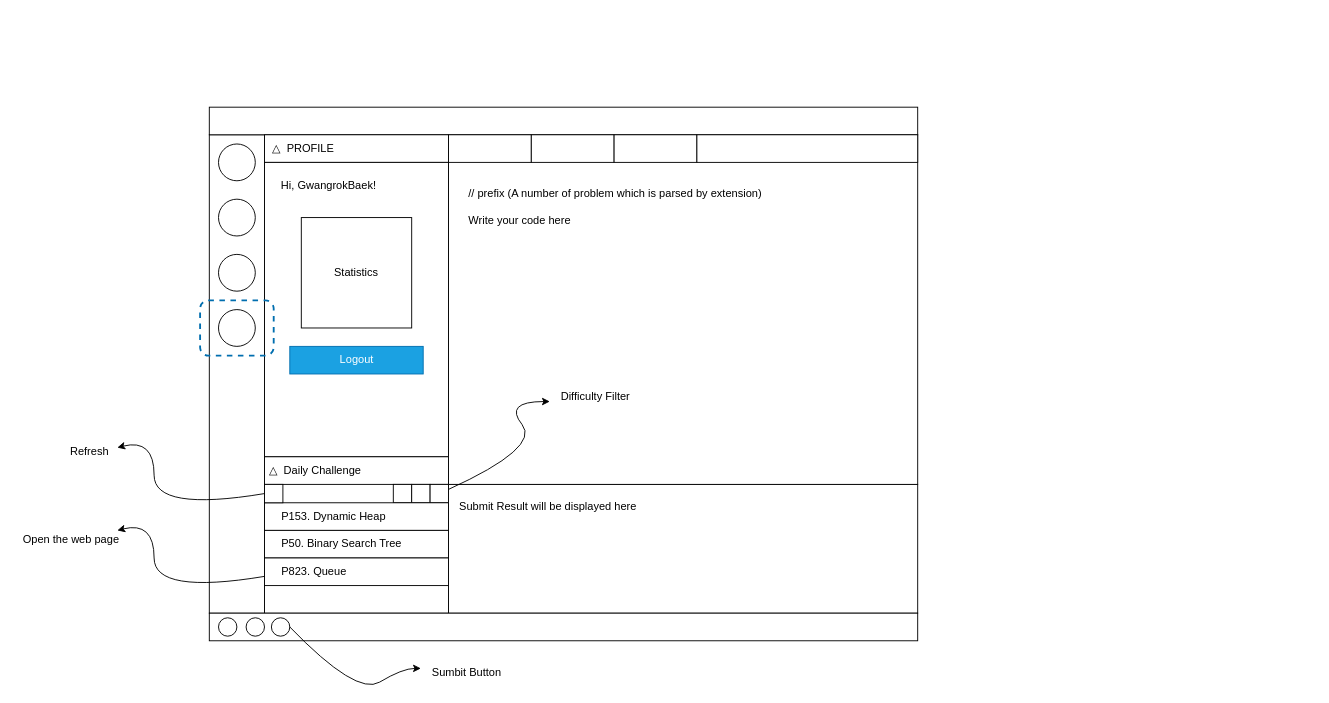
Earlier version of the draw.io diagram page "After Login" (2 of 2) of docs/wireframe.drawio (GwangrokBaek/LeetCoder). Source tidied: cells renumbered, new cells numbered last; positions are measured from the earlier drawing's top-left corner, leaving out a move shared by most shapes. Both pictures are drawn from the tidied source at 92%, with x=0, y=0 at pixel (16, 107).
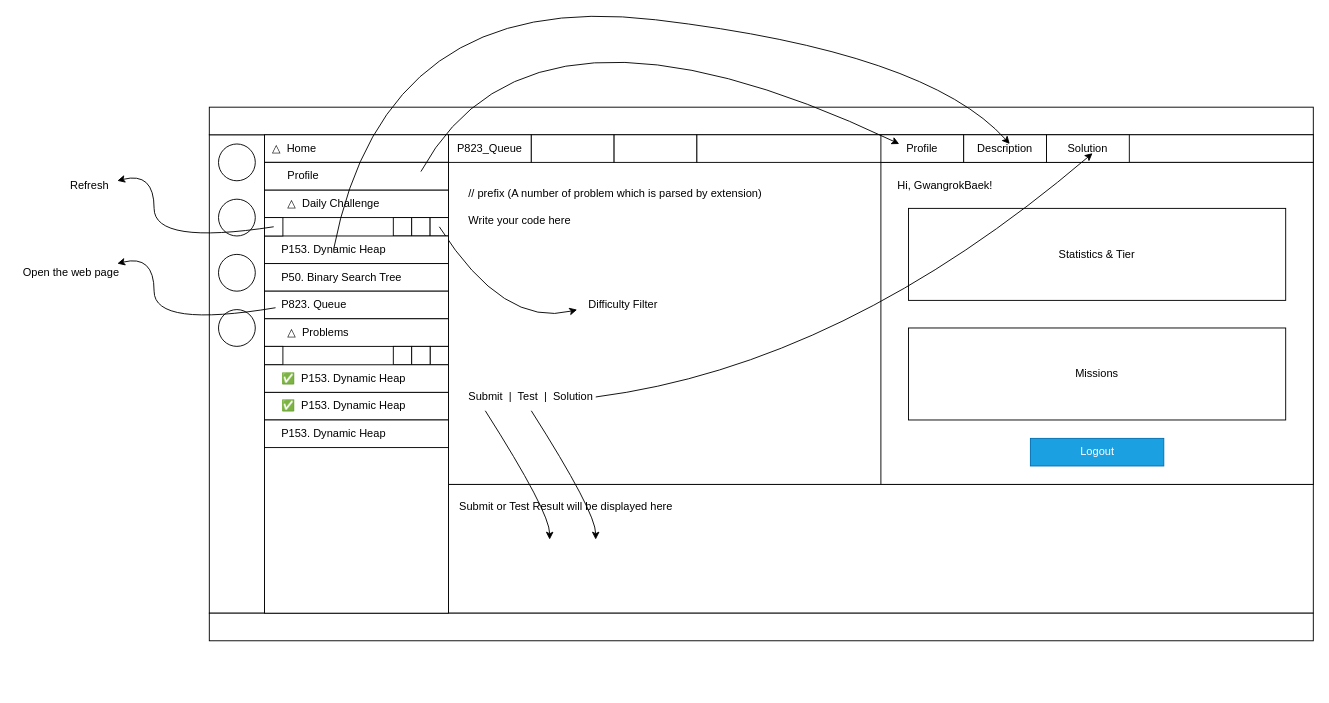
The same page after the edit.

Unchanged cells that the change refers to:
```xml
<mxCell id="35" value="// prefix (A number of problem which is parsed by extension)&lt;br&gt;&lt;br&gt;Write your code here" style="text;html=1;strokeColor=none;fillColor=none;align=left;verticalAlign=top;whiteSpace=wrap;rounded=0;" parent="1" vertex="1">
  <mxGeometry x="490" y="80" width="470" height="230" as="geometry" />
</mxCell>
```

Diff of the diagram source:
```diff
@@
     <mxCell id="4" style="rounded=0;whiteSpace=wrap;html=1;" parent="1" vertex="1">
-      <mxGeometry x="470" y="410" width="510" height="140" as="geometry" />
+      <mxGeometry x="470" y="410" width="940" height="140" as="geometry" />
     </mxCell>
     <mxCell id="5" style="rounded=0;whiteSpace=wrap;html=1;" parent="1" vertex="1">
-      <mxGeometry x="470" y="30" width="510" height="380" as="geometry" />
+      <mxGeometry x="470" y="30" width="940" height="380" as="geometry" />
     </mxCell>
     <mxCell id="6" style="rounded=0;whiteSpace=wrap;html=1;" parent="1" vertex="1">
-      <mxGeometry x="210" width="770" height="30" as="geometry" />
+      <mxGeometry x="210" width="1200" height="30" as="geometry" />
     </mxCell>
     <mxCell id="7" style="rounded=0;whiteSpace=wrap;html=1;" parent="1" vertex="1">
-      <mxGeometry x="210" y="550" width="770" height="30" as="geometry" />
+      <mxGeometry x="210" y="550" width="1200" height="30" as="geometry" />
     </mxCell>
-    <mxCell id="8" style="rounded=0;whiteSpace=wrap;html=1;strokeColor=default;" parent="1" vertex="1">
+    <mxCell id="8" value="&lt;span&gt;P823_Queue&lt;/span&gt;" style="rounded=0;whiteSpace=wrap;html=1;strokeColor=default;" parent="1" vertex="1">
       <mxGeometry x="470" y="30" width="90" height="30" as="geometry" />
     </mxCell>
@@
     <mxCell id="11" style="rounded=0;whiteSpace=wrap;html=1;" parent="1" vertex="1">
-      <mxGeometry x="740" y="30" width="240" height="30" as="geometry" />
+      <mxGeometry x="740" y="30" width="670" height="30" as="geometry" />
     </mxCell>
@@
-    <mxCell id="16" value="&amp;nbsp; △&amp;nbsp; PROFILE" style="rounded=0;whiteSpace=wrap;html=1;strokeColor=default;align=left;" parent="1" vertex="1">
+    <mxCell id="16" value="&amp;nbsp; △&amp;nbsp; Home" style="rounded=0;whiteSpace=wrap;html=1;strokeColor=default;align=left;" parent="1" vertex="1">
       <mxGeometry x="270" y="30" width="200" height="30" as="geometry" />
     </mxCell>
     <mxCell id="17" style="rounded=0;whiteSpace=wrap;html=1;strokeColor=default;" parent="1" vertex="1">
-      <mxGeometry x="270" y="60" width="200" height="320" as="geometry" />
+      <mxGeometry x="270" y="60" width="200" height="490" as="geometry" />
     </mxCell>
-    <mxCell id="18" value="&lt;span&gt;&amp;nbsp;&lt;/span&gt;△&amp;nbsp;&amp;nbsp;&lt;span&gt;Daily Challenge&lt;/span&gt;" style="rounded=0;whiteSpace=wrap;html=1;strokeColor=default;align=left;" parent="1" vertex="1">
-      <mxGeometry x="270" y="380" width="200" height="30" as="geometry" />
+    <mxCell id="18" value="&lt;span&gt;&amp;nbsp; &amp;nbsp; &amp;nbsp; &amp;nbsp;&lt;/span&gt;△&amp;nbsp;&amp;nbsp;&lt;span&gt;Daily Challenge&lt;/span&gt;" style="rounded=0;whiteSpace=wrap;html=1;strokeColor=default;align=left;" parent="1" vertex="1">
+      <mxGeometry x="270" y="90" width="200" height="30" as="geometry" />
     </mxCell>
-    <mxCell id="19" value="Logout" style="rounded=0;whiteSpace=wrap;html=1;strokeColor=#006EAF;fillColor=#1ba1e2;fontColor=#ffffff;" parent="1" vertex="1">
-      <mxGeometry x="297.5" y="260" width="145" height="30" as="geometry" />
-    </mxCell>
-    <mxCell id="20" value="Hi, GwangrokBaek!" style="text;html=1;strokeColor=none;fillColor=none;align=center;verticalAlign=middle;whiteSpace=wrap;rounded=0;" parent="1" vertex="1">
-      <mxGeometry x="280" y="70" width="120" height="30" as="geometry" />
-    </mxCell>
-    <mxCell id="21" value="Statistics" style="whiteSpace=wrap;html=1;strokeColor=default;" parent="1" vertex="1">
-      <mxGeometry x="310" y="120" width="120" height="120" as="geometry" />
-    </mxCell>
     <mxCell id="22" style="whiteSpace=wrap;html=1;strokeColor=default;" parent="1" vertex="1">
-      <mxGeometry x="410" y="410" width="20" height="20" as="geometry" />
+      <mxGeometry x="410" y="120" width="20" height="20" as="geometry" />
     </mxCell>
     <mxCell id="23" style="whiteSpace=wrap;html=1;strokeColor=default;" parent="1" vertex="1">
-      <mxGeometry x="430" y="410" width="20" height="20" as="geometry" />
+      <mxGeometry x="430" y="120" width="20" height="20" as="geometry" />
     </mxCell>
     <mxCell id="24" style="whiteSpace=wrap;html=1;strokeColor=default;" parent="1" vertex="1">
-      <mxGeometry x="450" y="410" width="20" height="20" as="geometry" />
+      <mxGeometry x="450" y="120" width="20" height="20" as="geometry" />
     </mxCell>
-    <mxCell id="25" style="curved=1;endArrow=classic;html=1;entryX=0.216;entryY=0.763;entryDx=0;entryDy=0;entryPerimeter=0;" parent="1" edge="1" source="24" target="5">
+    <mxCell id="25" style="curved=1;endArrow=classic;html=1;entryX=0.255;entryY=0.609;entryDx=0;entryDy=0;entryPerimeter=0;" parent="1" edge="1" target="35">
       <mxGeometry relative="1" as="geometry">
+        <mxPoint x="460" y="130" as="sourcePoint" />
         <Array as="points">
-          <mxPoint x="570" y="370" />
-          <mxPoint x="530" y="320" />
+          <mxPoint x="530" y="240" />
         </Array>
       </mxGeometry>
     </mxCell>
     <mxCell id="26" value="Difficulty Filter" style="text;html=1;strokeColor=none;fillColor=none;align=center;verticalAlign=middle;whiteSpace=wrap;rounded=0;" parent="1" vertex="1">
-      <mxGeometry x="570" y="300" width="120" height="30" as="geometry" />
+      <mxGeometry x="600" y="200" width="120" height="30" as="geometry" />
     </mxCell>
     <mxCell id="27" value="&amp;nbsp; &amp;nbsp; &amp;nbsp;P153. Dynamic Heap" style="rounded=0;whiteSpace=wrap;html=1;strokeColor=default;align=left;" parent="1" vertex="1">
-      <mxGeometry x="270" y="430" width="200" height="30" as="geometry" />
+      <mxGeometry x="270" y="140" width="200" height="30" as="geometry" />
     </mxCell>
     <mxCell id="28" value="&amp;nbsp; &amp;nbsp; &amp;nbsp;P50. Binary Search Tree" style="rounded=0;whiteSpace=wrap;html=1;strokeColor=default;align=left;" parent="1" vertex="1">
-      <mxGeometry x="270" y="460" width="200" height="30" as="geometry" />
+      <mxGeometry x="270" y="170" width="200" height="30" as="geometry" />
     </mxCell>
     <mxCell id="29" value="&amp;nbsp; &amp;nbsp; &amp;nbsp;P823. Queue" style="rounded=0;whiteSpace=wrap;html=1;strokeColor=default;align=left;" parent="1" vertex="1">
-      <mxGeometry x="270" y="490" width="200" height="30" as="geometry" />
+      <mxGeometry x="270" y="200" width="200" height="30" as="geometry" />
     </mxCell>
     <mxCell id="30" style="whiteSpace=wrap;html=1;strokeColor=default;" parent="1" vertex="1">
-      <mxGeometry x="270" y="410" width="20" height="20" as="geometry" />
+      <mxGeometry x="270" y="120" width="20" height="20" as="geometry" />
     </mxCell>
-    <mxCell id="31" style="curved=1;endArrow=classic;html=1;exitX=0;exitY=0.5;exitDx=0;exitDy=0;" parent="1" edge="1" source="30">
+    <mxCell id="31" style="curved=1;endArrow=classic;html=1;" parent="1" edge="1">
       <mxGeometry relative="1" as="geometry">
-        <mxPoint x="110" y="370" as="targetPoint" />
+        <mxPoint x="280" y="130" as="sourcePoint" />
+        <mxPoint x="110" y="80" as="targetPoint" />
         <Array as="points">
-          <mxPoint x="150" y="440" />
-          <mxPoint x="150" y="360" />
+          <mxPoint x="150" y="150" />
+          <mxPoint x="150" y="70" />
         </Array>
       </mxGeometry>
     </mxCell>
     <mxCell id="32" value="Refresh" style="text;html=1;strokeColor=none;fillColor=none;align=center;verticalAlign=middle;whiteSpace=wrap;rounded=0;" parent="1" vertex="1">
-      <mxGeometry x="20" y="360" width="120" height="30" as="geometry" />
+      <mxGeometry x="20" y="70" width="120" height="30" as="geometry" />
     </mxCell>
-    <mxCell id="33" style="curved=1;endArrow=classic;html=1;exitX=0;exitY=0.5;exitDx=0;exitDy=0;" parent="1" edge="1">
+    <mxCell id="33" style="curved=1;endArrow=classic;html=1;exitX=1.025;exitY=0.133;exitDx=0;exitDy=0;exitPerimeter=0;" parent="1" edge="1">
       <mxGeometry relative="1" as="geometry">
-        <mxPoint x="270" y="510" as="sourcePoint" />
-        <mxPoint x="110" y="460" as="targetPoint" />
+        <mxPoint x="282" y="218" as="sourcePoint" />
+        <mxPoint x="110" y="170" as="targetPoint" />
         <Array as="points">
-          <mxPoint x="150" y="530" />
-          <mxPoint x="150" y="450" />
+          <mxPoint x="150" y="240" />
+          <mxPoint x="150" y="160" />
         </Array>
       </mxGeometry>
     </mxCell>
     <mxCell id="34" value="Open the web page" style="text;html=1;strokeColor=none;fillColor=none;align=center;verticalAlign=middle;whiteSpace=wrap;rounded=0;" parent="1" vertex="1">
-      <mxGeometry y="455" width="120" height="30" as="geometry" />
+      <mxGeometry y="165" width="120" height="30" as="geometry" />
     </mxCell>
@@
-    <mxCell id="36" value="Submit Result will be displayed here" style="text;html=1;strokeColor=none;fillColor=none;align=left;verticalAlign=top;whiteSpace=wrap;rounded=0;" parent="1" vertex="1">
+    <mxCell id="36" value="Submit or Test Result will be displayed here" style="text;html=1;strokeColor=none;fillColor=none;align=left;verticalAlign=top;whiteSpace=wrap;rounded=0;" parent="1" vertex="1">
       <mxGeometry x="480" y="420" width="490" height="120" as="geometry" />
     </mxCell>
-    <mxCell id="37" style="ellipse;whiteSpace=wrap;html=1;strokeColor=default;" parent="1" vertex="1">
-      <mxGeometry x="220" y="555" width="20" height="20" as="geometry" />
-    </mxCell>
-    <mxCell id="38" style="ellipse;whiteSpace=wrap;html=1;strokeColor=default;" parent="1" vertex="1">
-      <mxGeometry x="250" y="555" width="20" height="20" as="geometry" />
-    </mxCell>
-    <mxCell id="39" style="ellipse;whiteSpace=wrap;html=1;strokeColor=default;" parent="1" vertex="1">
-      <mxGeometry x="277.5" y="555" width="20" height="20" as="geometry" />
-    </mxCell>
-    <mxCell id="40" style="curved=1;endArrow=classic;html=1;exitX=1;exitY=0.5;exitDx=0;exitDy=0;" parent="1" edge="1" source="39">
-      <mxGeometry relative="1" as="geometry">
-        <mxPoint x="440" y="610" as="targetPoint" />
-        <Array as="points">
-          <mxPoint x="370" y="640" />
-          <mxPoint x="420" y="610" />
-        </Array>
-      </mxGeometry>
-    </mxCell>
-    <mxCell id="41" value="Sumbit Button" style="text;html=1;strokeColor=none;fillColor=none;align=center;verticalAlign=middle;whiteSpace=wrap;rounded=0;" parent="1" vertex="1">
-      <mxGeometry x="430" y="600" width="120" height="30" as="geometry" />
-    </mxCell>
-    <mxCell id="42" style="rounded=1;whiteSpace=wrap;html=1;strokeColor=#006EAF;fillColor=none;dashed=1;fontColor=#ffffff;strokeWidth=2;" parent="1" vertex="1">
-      <mxGeometry x="200" y="210" width="80" height="60" as="geometry" />
-    </mxCell>
+    <mxCell id="43" style="rounded=0;whiteSpace=wrap;html=1;" parent="1" vertex="1">
+      <mxGeometry x="940" y="60" width="470" height="350" as="geometry" />
+    </mxCell>
+    <mxCell id="44" value="Profile" style="rounded=0;whiteSpace=wrap;html=1;strokeColor=default;" parent="1" vertex="1">
+      <mxGeometry x="940" y="30" width="90" height="30" as="geometry" />
+    </mxCell>
+    <mxCell id="20" value="Hi, GwangrokBaek!" style="text;html=1;strokeColor=none;fillColor=none;align=center;verticalAlign=middle;whiteSpace=wrap;rounded=0;" parent="1" vertex="1">
+      <mxGeometry x="950" y="70" width="120" height="30" as="geometry" />
+    </mxCell>
+    <mxCell id="19" value="Logout" style="rounded=0;whiteSpace=wrap;html=1;strokeColor=#006EAF;fillColor=#1ba1e2;fontColor=#ffffff;" parent="1" vertex="1">
+      <mxGeometry x="1102.5" y="360" width="145" height="30" as="geometry" />
+    </mxCell>
+    <mxCell id="45" value="&amp;nbsp; &amp;nbsp; &amp;nbsp; &amp;nbsp;Profile" style="rounded=0;whiteSpace=wrap;html=1;strokeColor=default;align=left;" parent="1" vertex="1">
+      <mxGeometry x="270" y="60" width="200" height="30" as="geometry" />
+    </mxCell>
+    <mxCell id="46" style="curved=1;endArrow=classic;html=1;entryX=0.222;entryY=0.333;entryDx=0;entryDy=0;entryPerimeter=0;exitX=0.85;exitY=0.333;exitDx=0;exitDy=0;exitPerimeter=0;" parent="1" edge="1" source="45" target="44">
+      <mxGeometry relative="1" as="geometry">
+        <Array as="points">
+          <mxPoint x="560" y="-150" />
+        </Array>
+      </mxGeometry>
+    </mxCell>
+    <mxCell id="47" value="Statistics &amp;amp; Tier" style="rounded=0;whiteSpace=wrap;html=1;" parent="1" vertex="1">
+      <mxGeometry x="970" y="110" width="410" height="100" as="geometry" />
+    </mxCell>
+    <mxCell id="48" value="&lt;span&gt;&amp;nbsp; &amp;nbsp; &amp;nbsp; &amp;nbsp;&lt;/span&gt;△&amp;nbsp; Problems" style="rounded=0;whiteSpace=wrap;html=1;strokeColor=default;align=left;" parent="1" vertex="1">
+      <mxGeometry x="270" y="230" width="200" height="30" as="geometry" />
+    </mxCell>
+    <mxCell id="49" value="Description" style="rounded=0;whiteSpace=wrap;html=1;strokeColor=default;" parent="1" vertex="1">
+      <mxGeometry x="1030" y="30" width="90" height="30" as="geometry" />
+    </mxCell>
+    <mxCell id="50" style="curved=1;endArrow=classic;html=1;entryX=0.556;entryY=0.333;entryDx=0;entryDy=0;entryPerimeter=0;exitX=0.85;exitY=0.333;exitDx=0;exitDy=0;exitPerimeter=0;" parent="1" edge="1" target="49">
+      <mxGeometry relative="1" as="geometry">
+        <mxPoint x="345" y="155" as="sourcePoint" />
+        <Array as="points">
+          <mxPoint x="400" y="-130" />
+          <mxPoint x="990" y="-60" />
+        </Array>
+      </mxGeometry>
+    </mxCell>
+    <mxCell id="51" value="Submit&amp;nbsp; |&amp;nbsp; Test&amp;nbsp; |&amp;nbsp; Solution" style="text;html=1;strokeColor=none;fillColor=none;align=left;verticalAlign=middle;whiteSpace=wrap;rounded=0;" parent="1" vertex="1">
+      <mxGeometry x="490" y="300" width="340" height="30" as="geometry" />
+    </mxCell>
+    <mxCell id="52" value="Solution" style="rounded=0;whiteSpace=wrap;html=1;strokeColor=default;" parent="1" vertex="1">
+      <mxGeometry x="1120" y="30" width="90" height="30" as="geometry" />
+    </mxCell>
+    <mxCell id="53" style="curved=1;endArrow=classic;html=1;entryX=0.556;entryY=0.667;entryDx=0;entryDy=0;entryPerimeter=0;exitX=0.412;exitY=0.5;exitDx=0;exitDy=0;exitPerimeter=0;" parent="1" edge="1" source="51" target="52">
+      <mxGeometry relative="1" as="geometry">
+        <Array as="points">
+          <mxPoint x="900" y="280" />
+        </Array>
+      </mxGeometry>
+    </mxCell>
+    <mxCell id="54" style="curved=1;endArrow=classic;html=1;entryX=0.204;entryY=0.417;entryDx=0;entryDy=0;entryPerimeter=0;" parent="1" edge="1" target="36">
+      <mxGeometry relative="1" as="geometry">
+        <mxPoint x="510" y="330" as="sourcePoint" />
+        <Array as="points">
+          <mxPoint x="580" y="440" />
+        </Array>
+      </mxGeometry>
+    </mxCell>
+    <mxCell id="55" style="curved=1;endArrow=classic;html=1;entryX=0.204;entryY=0.417;entryDx=0;entryDy=0;entryPerimeter=0;" parent="1" edge="1">
+      <mxGeometry relative="1" as="geometry">
+        <mxPoint x="560" y="330" as="sourcePoint" />
+        <mxPoint x="630" y="470" as="targetPoint" />
+        <Array as="points">
+          <mxPoint x="630" y="440" />
+        </Array>
+      </mxGeometry>
+    </mxCell>
+    <mxCell id="56" style="whiteSpace=wrap;html=1;strokeColor=default;" parent="1" vertex="1">
+      <mxGeometry x="410" y="260" width="20" height="20" as="geometry" />
+    </mxCell>
+    <mxCell id="57" style="whiteSpace=wrap;html=1;strokeColor=default;" parent="1" vertex="1">
+      <mxGeometry x="450" y="260" width="20" height="20" as="geometry" />
+    </mxCell>
+    <mxCell id="58" style="whiteSpace=wrap;html=1;strokeColor=default;" parent="1" vertex="1">
+      <mxGeometry x="270" y="260" width="20" height="20" as="geometry" />
+    </mxCell>
+    <mxCell id="59" style="whiteSpace=wrap;html=1;strokeColor=default;" parent="1" vertex="1">
+      <mxGeometry x="430" y="260" width="20" height="20" as="geometry" />
+    </mxCell>
+    <mxCell id="60" value="&amp;nbsp; &amp;nbsp; &amp;nbsp;✅&amp;nbsp; P153. Dynamic Heap" style="rounded=0;whiteSpace=wrap;html=1;strokeColor=default;align=left;" parent="1" vertex="1">
+      <mxGeometry x="270" y="280" width="200" height="30" as="geometry" />
+    </mxCell>
+    <mxCell id="61" value="&amp;nbsp; &amp;nbsp; &amp;nbsp;✅&amp;nbsp;&amp;nbsp;P153. Dynamic Heap" style="rounded=0;whiteSpace=wrap;html=1;strokeColor=default;align=left;" parent="1" vertex="1">
+      <mxGeometry x="270" y="310" width="200" height="30" as="geometry" />
+    </mxCell>
+    <mxCell id="62" value="&amp;nbsp; &amp;nbsp; &amp;nbsp;P153. Dynamic Heap" style="rounded=0;whiteSpace=wrap;html=1;strokeColor=default;align=left;" parent="1" vertex="1">
+      <mxGeometry x="270" y="340" width="200" height="30" as="geometry" />
+    </mxCell>
+    <mxCell id="63" value="Missions" style="rounded=0;whiteSpace=wrap;html=1;" parent="1" vertex="1">
+      <mxGeometry x="970" y="240" width="410" height="100" as="geometry" />
+    </mxCell>
```
